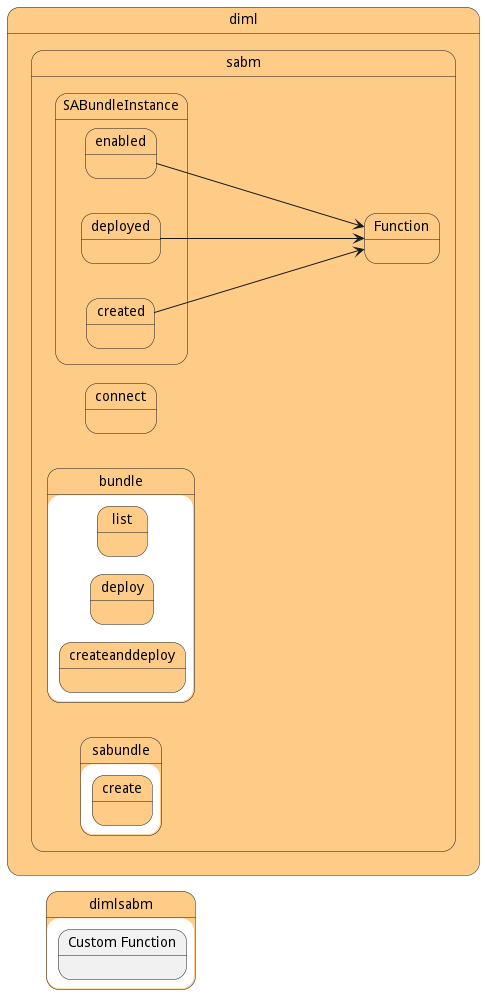
The PlantUML diagram docs/sabr/diml/sabm/process.png in madajaju/sabr, before a commit.
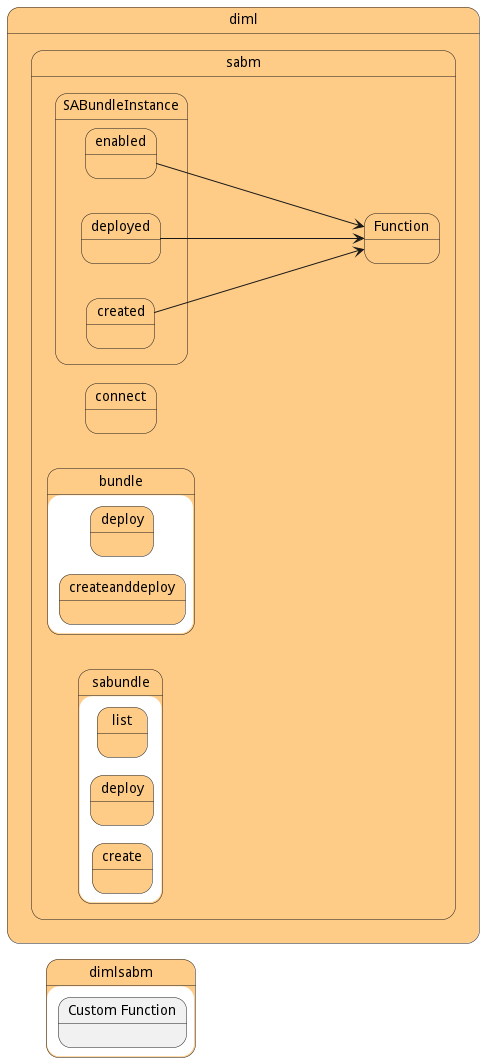
The same diagram one commit later.

Change to the diagram source:
```diff
@@ -43,8 +43,8 @@
 
         state "diml" as diml #ffcc88 {
 state "sabm" as dimlsabm #ffcc88 {
-state "bundle" as dimlsabmbundle #ffcc88 {
-state "list" as dimlsabmbundlelist #ffcc88 {
+state "sabundle" as dimlsabmsabundle #ffcc88 {
+state "create" as dimlsabmsabundlecreate #ffcc88 {
 }
 }
 }
@@ -54,7 +54,17 @@
         state "diml" as diml #ffcc88 {
 state "sabm" as dimlsabm #ffcc88 {
 state "sabundle" as dimlsabmsabundle #ffcc88 {
-state "create" as dimlsabmsabundlecreate #ffcc88 {
+state "deploy" as dimlsabmsabundledeploy #ffcc88 {
+}
+}
+}
+}
+
+
+        state "diml" as diml #ffcc88 {
+state "sabm" as dimlsabm #ffcc88 {
+state "sabundle" as dimlsabmsabundle #ffcc88 {
+state "list" as dimlsabmsabundlelist #ffcc88 {
 }
 }
 }
```
